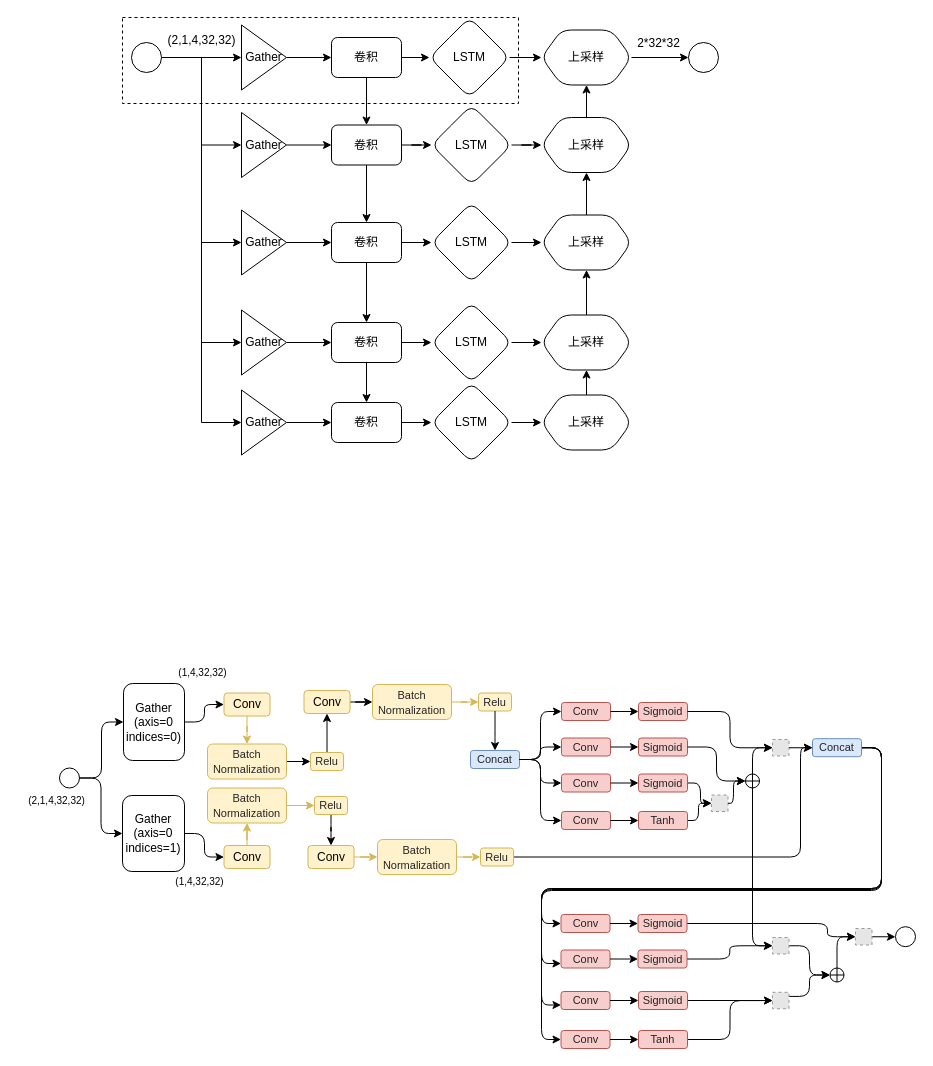
dorbodwolf/graphs_from_draw.io keeps this draw.io diagram as hainanchangedetection.drawio. Above is the earlier version. Source tidied: cells renumbered, new cells numbered last; positions are measured from the earlier drawing's top-left corner, leaving out a move shared by most shapes. Both pictures are drawn from the tidied source at 100%, with x=0, y=0 at pixel (17, 17). Pictures stored in the file or linked from it are replaced by grey dashed boxes.
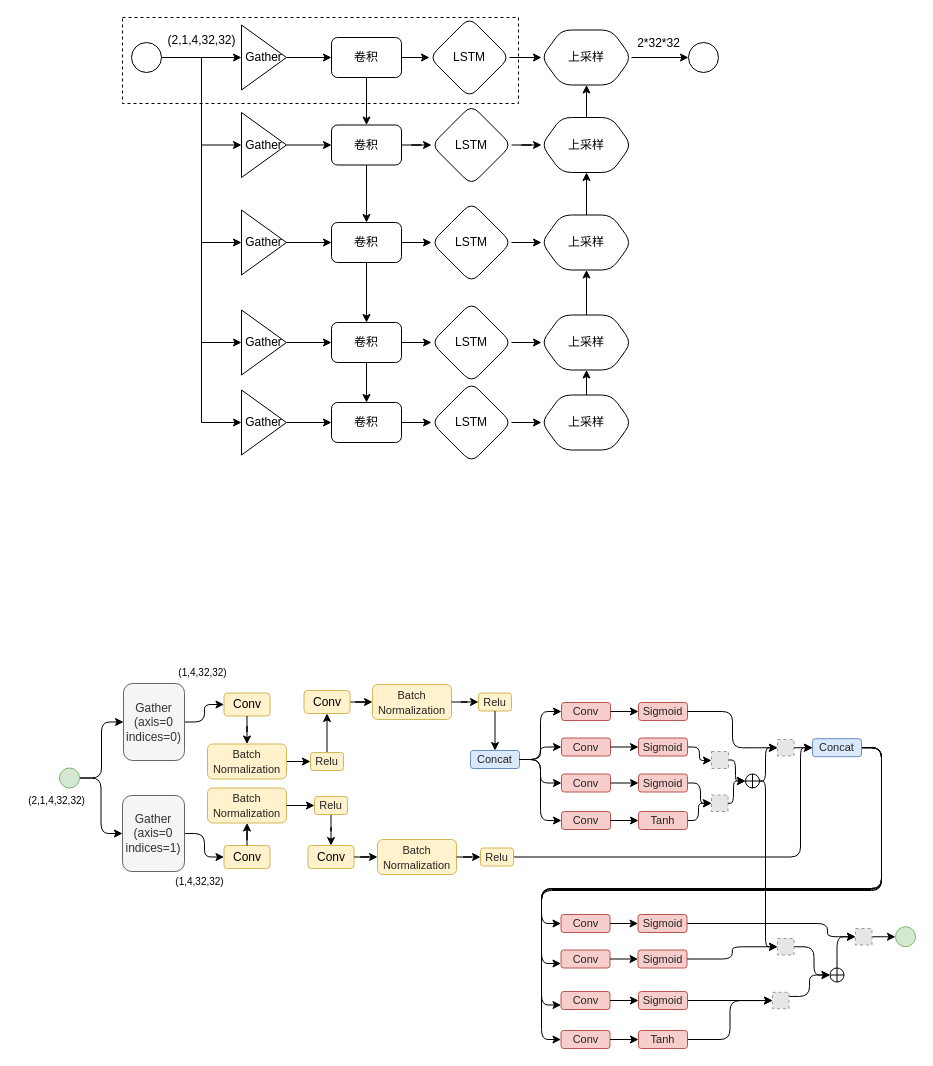
The same diagram, later.

The change refers to these unchanged cells:
```xml
<mxCell id="58" value="Conv" style="rounded=1;whiteSpace=wrap;html=1;sketch=0;fillColor=#fff2cc;strokeColor=#d6b656;" parent="1" vertex="1">
  <mxGeometry x="206.5" y="828" width="46" height="23" as="geometry" />
</mxCell>
<mxCell id="59" value="&lt;span style=&quot;color: rgb(36 , 36 , 36) ; font-size: 11px&quot;&gt;Batch&lt;br&gt;Normalization&lt;/span&gt;" style="rounded=1;whiteSpace=wrap;html=1;sketch=0;fillColor=#fff2cc;strokeColor=#d6b656;" parent="1" vertex="1">
  <mxGeometry x="190" y="770.5" width="79" height="35" as="geometry" />
</mxCell>
<mxCell id="62" value="&lt;font color=&quot;#242424&quot;&gt;&lt;span style=&quot;font-size: 11px&quot;&gt;Relu&lt;/span&gt;&lt;/font&gt;" style="rounded=1;whiteSpace=wrap;html=1;sketch=0;fillColor=#fff2cc;strokeColor=#d6b656;" parent="1" vertex="1">
  <mxGeometry x="297" y="779" width="33" height="18" as="geometry" />
</mxCell>
<mxCell id="64" value="Conv" style="rounded=1;whiteSpace=wrap;html=1;sketch=0;fillColor=#fff2cc;strokeColor=#d6b656;" parent="1" vertex="1">
  <mxGeometry x="290.5" y="828" width="46" height="23" as="geometry" />
</mxCell>
<mxCell id="65" value="&lt;span style=&quot;color: rgb(36 , 36 , 36) ; font-size: 11px&quot;&gt;Batch&lt;br&gt;Normalization&lt;/span&gt;" style="rounded=1;whiteSpace=wrap;html=1;sketch=0;fillColor=#fff2cc;strokeColor=#d6b656;" parent="1" vertex="1">
  <mxGeometry x="360" y="822" width="79" height="35" as="geometry" />
</mxCell>
<mxCell id="68" value="&lt;font color=&quot;#242424&quot;&gt;&lt;span style=&quot;font-size: 11px&quot;&gt;Relu&lt;/span&gt;&lt;/font&gt;" style="rounded=1;whiteSpace=wrap;html=1;sketch=0;fillColor=#fff2cc;strokeColor=#d6b656;" parent="1" vertex="1">
  <mxGeometry x="463" y="830.5" width="33" height="18" as="geometry" />
</mxCell>
<mxCell id="76" value="Conv" style="rounded=1;whiteSpace=wrap;html=1;sketch=0;fillColor=#fff2cc;strokeColor=#d6b656;" parent="1" vertex="1">
  <mxGeometry x="206.5" y="675.5" width="46" height="23" as="geometry" />
</mxCell>
<mxCell id="78" value="&lt;span style=&quot;color: rgb(36 , 36 , 36) ; font-size: 11px&quot;&gt;Batch&lt;br&gt;Normalization&lt;/span&gt;" style="rounded=1;whiteSpace=wrap;html=1;sketch=0;strokeColor=#d6b656;fillColor=#fff2cc;" parent="1" vertex="1">
  <mxGeometry x="190" y="726.5" width="79" height="35" as="geometry" />
</mxCell>
<mxCell id="80" value="&lt;span style=&quot;color: rgb(36 , 36 , 36) ; font-size: 11px&quot;&gt;Batch&lt;br&gt;Normalization&lt;/span&gt;" style="rounded=1;whiteSpace=wrap;html=1;sketch=0;fillColor=#fff2cc;strokeColor=#d6b656;" parent="1" vertex="1">
  <mxGeometry x="355" y="667" width="79" height="35" as="geometry" />
</mxCell>
<mxCell id="81" value="&lt;font color=&quot;#242424&quot;&gt;&lt;span style=&quot;font-size: 11px&quot;&gt;Relu&lt;/span&gt;&lt;/font&gt;" style="rounded=1;whiteSpace=wrap;html=1;sketch=0;fillColor=#fff2cc;strokeColor=#d6b656;" parent="1" vertex="1">
  <mxGeometry x="461" y="675.5" width="33" height="18" as="geometry" />
</mxCell>
<mxCell id="95" value="&lt;font color=&quot;#242424&quot;&gt;&lt;span style=&quot;font-size: 11px&quot;&gt;Sigmoid&lt;/span&gt;&lt;/font&gt;" style="rounded=1;whiteSpace=wrap;html=1;sketch=0;fillColor=#f8cecc;strokeColor=#b85450;" parent="1" vertex="1">
  <mxGeometry x="621" y="720.5" width="49" height="18" as="geometry" />
</mxCell>
<mxCell id="106" style="verticalLabelPosition=bottom;verticalAlign=top;html=1;shape=mxgraph.flowchart.summing_function;rounded=0;sketch=0;fillColor=#ffffff;" parent="1" vertex="1">
  <mxGeometry x="728" y="756.5" width="14" height="14" as="geometry" />
</mxCell>
```

Diff of the diagram source:
```diff
@@
-    <mxCell id="57" value="Gather&lt;br&gt;(axis=0&lt;br&gt;indices=1)" style="rounded=1;whiteSpace=wrap;html=1;sketch=0;fillColor=none;" parent="1" vertex="1">
+    <mxCell id="57" value="Gather&lt;br&gt;(axis=0&lt;br&gt;indices=1)" style="rounded=1;whiteSpace=wrap;html=1;sketch=0;fillColor=#f5f5f5;strokeColor=#666666;fontColor=#333333;" parent="1" vertex="1">
       <mxGeometry x="105" y="778" width="62" height="76" as="geometry" />
     </mxCell>
@@
-    <mxCell id="60" style="edgeStyle=orthogonalEdgeStyle;curved=0;rounded=1;sketch=0;jettySize=auto;html=1;fillColor=#fff2cc;strokeColor=#d6b656;" parent="1" edge="1" source="58" target="59">
+    <mxCell id="60" style="edgeStyle=orthogonalEdgeStyle;curved=0;rounded=1;sketch=0;jettySize=auto;html=1;fillColor=#fff2cc;" parent="1" edge="1" source="58" target="59">
       <mxGeometry relative="1" as="geometry" />
     </mxCell>
@@
-    <mxCell id="63" style="edgeStyle=orthogonalEdgeStyle;curved=0;rounded=1;sketch=0;jettySize=auto;html=1;fillColor=#fff2cc;strokeColor=#d6b656;" parent="1" edge="1" source="59" target="62">
+    <mxCell id="63" style="edgeStyle=orthogonalEdgeStyle;curved=0;rounded=1;sketch=0;jettySize=auto;html=1;fillColor=#fff2cc;" parent="1" edge="1" source="59" target="62">
       <mxGeometry relative="1" as="geometry" />
     </mxCell>
@@
-    <mxCell id="66" style="edgeStyle=orthogonalEdgeStyle;curved=0;rounded=1;sketch=0;jettySize=auto;html=1;fillColor=#fff2cc;strokeColor=#d6b656;" parent="1" edge="1" source="64" target="65">
+    <mxCell id="66" style="edgeStyle=orthogonalEdgeStyle;curved=0;rounded=1;sketch=0;jettySize=auto;html=1;fillColor=#fff2cc;" parent="1" edge="1" source="64" target="65">
       <mxGeometry relative="1" as="geometry" />
     </mxCell>
@@
-    <mxCell id="69" style="edgeStyle=orthogonalEdgeStyle;curved=0;rounded=1;sketch=0;jettySize=auto;html=1;fillColor=#fff2cc;strokeColor=#d6b656;" parent="1" edge="1" source="65" target="68">
+    <mxCell id="69" style="edgeStyle=orthogonalEdgeStyle;curved=0;rounded=1;sketch=0;jettySize=auto;html=1;fillColor=#fff2cc;" parent="1" edge="1" source="65" target="68">
       <mxGeometry relative="1" as="geometry" />
     </mxCell>
@@
-    <mxCell id="72" style="ellipse;whiteSpace=wrap;html=1;" parent="1" vertex="1">
+    <mxCell id="72" style="ellipse;whiteSpace=wrap;html=1;fillColor=#d5e8d4;strokeColor=#82b366;" parent="1" vertex="1">
       <mxGeometry x="42" y="750.5" width="20" height="20" as="geometry" />
     </mxCell>
@@
-    <mxCell id="74" value="Gather&lt;br&gt;(axis=0&lt;br&gt;indices=0)" style="rounded=1;whiteSpace=wrap;html=1;sketch=0;fillColor=none;" parent="1" vertex="1">
+    <mxCell id="74" value="Gather&lt;br&gt;(axis=0&lt;br&gt;indices=0)" style="rounded=1;whiteSpace=wrap;html=1;sketch=0;fillColor=#f5f5f5;strokeColor=#666666;fontColor=#333333;" parent="1" vertex="1">
       <mxGeometry x="106" y="666" width="61" height="77" as="geometry" />
     </mxCell>
@@
-    <mxCell id="79" style="edgeStyle=orthogonalEdgeStyle;curved=0;rounded=1;sketch=0;jettySize=auto;html=1;fillColor=#fff2cc;strokeColor=#d6b656;" parent="1" edge="1" source="76" target="78">
+    <mxCell id="79" style="edgeStyle=orthogonalEdgeStyle;curved=0;rounded=1;sketch=0;jettySize=auto;html=1;fillColor=#fff2cc;" parent="1" edge="1" source="76" target="78">
       <mxGeometry x="-362" y="665" as="geometry" />
     </mxCell>
@@
-    <mxCell id="82" style="edgeStyle=orthogonalEdgeStyle;curved=0;rounded=1;sketch=0;jettySize=auto;html=1;fillColor=#fff2cc;strokeColor=#d6b656;" parent="1" edge="1" source="80" target="81">
+    <mxCell id="82" style="edgeStyle=orthogonalEdgeStyle;curved=0;rounded=1;sketch=0;jettySize=auto;html=1;fillColor=#fff2cc;" parent="1" edge="1" source="80" target="81">
       <mxGeometry x="-362" y="665" as="geometry" />
     </mxCell>
@@
+    <mxCell id="148" style="edgeStyle=orthogonalEdgeStyle;curved=0;rounded=1;sketch=0;jettySize=auto;html=1;exitX=1;exitY=0.5;exitDx=0;exitDy=0;strokeColor=#000000;" parent="1" edge="1" source="95" target="150">
+      <mxGeometry relative="1" as="geometry">
+        <Array as="points">
+          <mxPoint x="682" y="729" />
+          <mxPoint x="682" y="743" />
+        </Array>
+      </mxGeometry>
+    </mxCell>
@@
-    <mxCell id="104" style="edgeStyle=orthogonalEdgeStyle;curved=0;rounded=1;sketch=0;jettySize=auto;html=1;exitX=0.5;exitY=0;exitDx=0;exitDy=0;exitPerimeter=0;entryX=0;entryY=0.5;entryDx=0;entryDy=0;" parent="1" edge="1" source="106" target="109">
+    <mxCell id="104" style="edgeStyle=orthogonalEdgeStyle;curved=0;rounded=1;sketch=0;jettySize=auto;html=1;exitX=1;exitY=0.5;exitDx=0;exitDy=0;exitPerimeter=0;entryX=0;entryY=0.5;entryDx=0;entryDy=0;" parent="1" edge="1" source="106" target="109">
       <mxGeometry relative="1" as="geometry">
         <Array as="points">
-          <mxPoint x="735" y="730" />
+          <mxPoint x="748" y="764" />
+          <mxPoint x="748" y="730" />
         </Array>
       </mxGeometry>
     </mxCell>
-    <mxCell id="105" style="edgeStyle=orthogonalEdgeStyle;curved=0;rounded=1;sketch=0;jettySize=auto;html=1;exitX=0.5;exitY=1;exitDx=0;exitDy=0;exitPerimeter=0;entryX=0;entryY=0.5;entryDx=0;entryDy=0;" parent="1" edge="1" source="106" target="138">
-      <mxGeometry relative="1" as="geometry" />
+    <mxCell id="105" style="edgeStyle=orthogonalEdgeStyle;curved=0;rounded=1;sketch=0;jettySize=auto;html=1;exitX=1;exitY=0.5;exitDx=0;exitDy=0;exitPerimeter=0;entryX=0;entryY=0.5;entryDx=0;entryDy=0;" parent="1" edge="1" source="106" target="138">
+      <mxGeometry relative="1" as="geometry">
+        <Array as="points">
+          <mxPoint x="748" y="764" />
+          <mxPoint x="748" y="929" />
+        </Array>
+      </mxGeometry>
     </mxCell>
@@
-    <mxCell id="107" style="edgeStyle=orthogonalEdgeStyle;curved=0;rounded=1;sketch=0;jettySize=auto;html=1;exitX=1;exitY=0.5;exitDx=0;exitDy=0;entryX=0;entryY=0.5;entryDx=0;entryDy=0;entryPerimeter=0;" parent="1" edge="1" source="95" target="106">
-      <mxGeometry x="-577" y="640" as="geometry" />
-    </mxCell>
@@
     <mxCell id="109" style="fillColor=#E6E6E6;strokeColor=#999999;dashed=1;html=1;verticalAlign=top;verticalLabelPosition=bottom;labelBackgroundColor=#ffffff;" parent="1" vertex="1">
-      <mxGeometry x="755" y="722" width="16.5" height="16.5" as="geometry" />
+      <mxGeometry x="760" y="722" width="16.5" height="16.5" as="geometry" />
     </mxCell>
@@
     <mxCell id="138" style="fillColor=#E6E6E6;strokeColor=#999999;dashed=1;html=1;verticalAlign=top;verticalLabelPosition=bottom;labelBackgroundColor=#ffffff;" parent="1" vertex="1">
-      <mxGeometry x="755" y="920" width="16.5" height="16.5" as="geometry" />
+      <mxGeometry x="760" y="921" width="16.5" height="16.5" as="geometry" />
     </mxCell>
@@
-    <mxCell id="145" style="ellipse;whiteSpace=wrap;html=1;" parent="1" vertex="1">
+    <mxCell id="145" style="ellipse;whiteSpace=wrap;html=1;fillColor=#d5e8d4;strokeColor=#82b366;" parent="1" vertex="1">
       <mxGeometry x="878" y="909.2" width="20" height="20" as="geometry" />
     </mxCell>
@@
+    <mxCell id="149" style="edgeStyle=orthogonalEdgeStyle;curved=0;rounded=1;sketch=0;jettySize=auto;html=1;exitX=1;exitY=0.5;exitDx=0;exitDy=0;entryX=0;entryY=0.5;entryDx=0;entryDy=0;entryPerimeter=0;strokeColor=#000000;" parent="1" edge="1" source="150" target="106">
+      <mxGeometry relative="1" as="geometry">
+        <Array as="points">
+          <mxPoint x="718" y="743" />
+          <mxPoint x="718" y="764" />
+        </Array>
+      </mxGeometry>
+    </mxCell>
+    <mxCell id="150" style="fillColor=#E6E6E6;strokeColor=#999999;dashed=1;html=1;verticalAlign=top;verticalLabelPosition=bottom;labelBackgroundColor=#ffffff;" parent="1" vertex="1">
+      <mxGeometry x="694" y="734" width="17" height="17" as="geometry" />
+    </mxCell>
```
